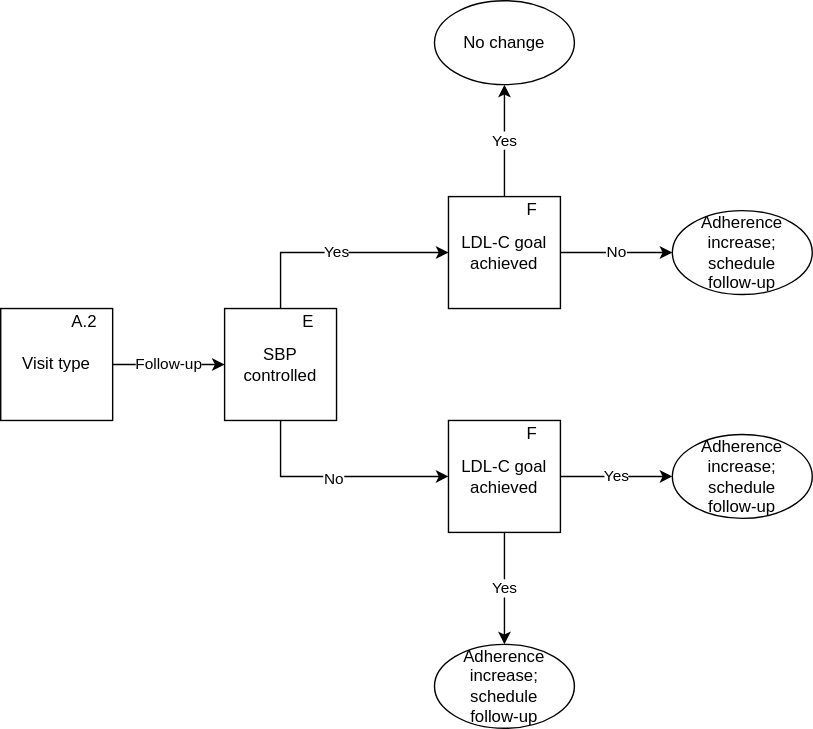
The draw.io diagram docs/source/intervention_models/crm_mgmt/decision_tree_outreach_followup.svg in ihmeuw/vivarium_research, before a commit. Source tidied: cells renumbered, new cells last; positions are measured from the earlier drawing's top-left corner, leaving out a move shared by most shapes. Source of this version:
```xml
<mxGraphModel>
  <root>
    <mxCell id="0" />
    <mxCell id="1" parent="0" />
    <mxCell id="2" value="&lt;div&gt;Follow-up&lt;br&gt;&lt;/div&gt;" style="edgeStyle=orthogonalEdgeStyle;rounded=0;jettySize=auto;html=1;exitX=1;exitY=0.5;exitDx=0;exitDy=0;" parent="1" edge="1" source="3">
      <mxGeometry relative="1" as="geometry">
        <mxPoint x="160" y="260" as="targetPoint" />
      </mxGeometry>
    </mxCell>
    <mxCell id="3" value="Visit type" style="whiteSpace=wrap;html=1;" parent="1" vertex="1">
      <mxGeometry y="220" width="80" height="80" as="geometry" />
    </mxCell>
    <mxCell id="4" value="Yes" style="edgeStyle=orthogonalEdgeStyle;rounded=0;jettySize=auto;html=1;exitX=0.5;exitY=0;exitDx=0;exitDy=0;entryX=0;entryY=0.5;entryDx=0;entryDy=0;" parent="1" edge="1" source="7" target="11">
      <mxGeometry relative="1" as="geometry" />
    </mxCell>
    <mxCell id="5" style="edgeStyle=orthogonalEdgeStyle;rounded=0;jettySize=auto;html=1;exitX=0.5;exitY=1;exitDx=0;exitDy=0;" parent="1" edge="1" source="7" target="15">
      <mxGeometry relative="1" as="geometry" />
    </mxCell>
    <mxCell id="6" value="No" style="edgeLabel;html=1;align=center;verticalAlign=middle;" parent="5" vertex="1">
      <mxGeometry x="-0.04" y="-1" relative="1" as="geometry" />
    </mxCell>
    <mxCell id="7" value="SBP controlled" style="whiteSpace=wrap;html=1;" parent="1" vertex="1">
      <mxGeometry x="160" y="220" width="80" height="80" as="geometry" />
    </mxCell>
    <mxCell id="8" value="No change" style="ellipse;whiteSpace=wrap;html=1;" parent="1" vertex="1">
      <mxGeometry x="310" width="100" height="60" as="geometry" />
    </mxCell>
    <mxCell id="9" value="Yes" style="edgeStyle=orthogonalEdgeStyle;rounded=0;jettySize=auto;html=1;exitX=0.5;exitY=0;exitDx=0;exitDy=0;" parent="1" edge="1" source="11" target="8">
      <mxGeometry relative="1" as="geometry" />
    </mxCell>
    <mxCell id="10" value="No" style="edgeStyle=orthogonalEdgeStyle;rounded=0;jettySize=auto;html=1;exitX=1;exitY=0.5;exitDx=0;exitDy=0;" parent="1" edge="1" source="11" target="12">
      <mxGeometry relative="1" as="geometry" />
    </mxCell>
    <mxCell id="11" value="LDL-C goal achieved" style="whiteSpace=wrap;html=1;" parent="1" vertex="1">
      <mxGeometry x="320" y="140" width="80" height="80" as="geometry" />
    </mxCell>
    <mxCell id="12" value="&lt;div&gt;Adherence increase; schedule&lt;/div&gt;&lt;div&gt;follow-up&lt;/div&gt;" style="ellipse;whiteSpace=wrap;html=1;" parent="1" vertex="1">
      <mxGeometry x="480" y="150" width="100" height="60" as="geometry" />
    </mxCell>
    <mxCell id="13" value="Yes" style="edgeStyle=orthogonalEdgeStyle;rounded=0;jettySize=auto;html=1;exitX=0.5;exitY=1;exitDx=0;exitDy=0;entryX=0.5;entryY=0;entryDx=0;entryDy=0;" parent="1" edge="1" source="15" target="16">
      <mxGeometry relative="1" as="geometry" />
    </mxCell>
    <mxCell id="14" value="Yes" style="edgeStyle=orthogonalEdgeStyle;rounded=0;jettySize=auto;html=1;exitX=1;exitY=0.5;exitDx=0;exitDy=0;entryX=0;entryY=0.5;entryDx=0;entryDy=0;" parent="1" edge="1" source="15" target="17">
      <mxGeometry relative="1" as="geometry" />
    </mxCell>
    <mxCell id="15" value="LDL-C goal achieved" style="whiteSpace=wrap;html=1;" parent="1" vertex="1">
      <mxGeometry x="320" y="300" width="80" height="80" as="geometry" />
    </mxCell>
    <mxCell id="16" value="&lt;div&gt;Adherence increase; schedule&lt;/div&gt;&lt;div&gt;follow-up&lt;/div&gt;" style="ellipse;whiteSpace=wrap;html=1;" parent="1" vertex="1">
      <mxGeometry x="310" y="460" width="100" height="60" as="geometry" />
    </mxCell>
    <mxCell id="17" value="&lt;div&gt;Adherence increase; schedule&lt;/div&gt;&lt;div&gt;follow-up&lt;/div&gt;" style="ellipse;whiteSpace=wrap;html=1;" parent="1" vertex="1">
      <mxGeometry x="480" y="310" width="100" height="60" as="geometry" />
    </mxCell>
    <mxCell id="18" value="A.2" style="text;html=1;strokeColor=none;fillColor=none;align=center;verticalAlign=middle;whiteSpace=wrap;rounded=0;" parent="1" vertex="1">
      <mxGeometry x="40" y="220" width="40" height="20" as="geometry" />
    </mxCell>
    <mxCell id="19" value="E" style="text;html=1;strokeColor=none;fillColor=none;align=center;verticalAlign=middle;whiteSpace=wrap;rounded=0;" parent="1" vertex="1">
      <mxGeometry x="200" y="220" width="40" height="20" as="geometry" />
    </mxCell>
    <mxCell id="20" value="F" style="text;html=1;strokeColor=none;fillColor=none;align=center;verticalAlign=middle;whiteSpace=wrap;rounded=0;" parent="1" vertex="1">
      <mxGeometry x="360" y="140" width="40" height="20" as="geometry" />
    </mxCell>
    <mxCell id="21" value="F" style="text;html=1;strokeColor=none;fillColor=none;align=center;verticalAlign=middle;whiteSpace=wrap;rounded=0;" parent="1" vertex="1">
      <mxGeometry x="360" y="300" width="40" height="20" as="geometry" />
    </mxCell>
  </root>
</mxGraphModel>
```
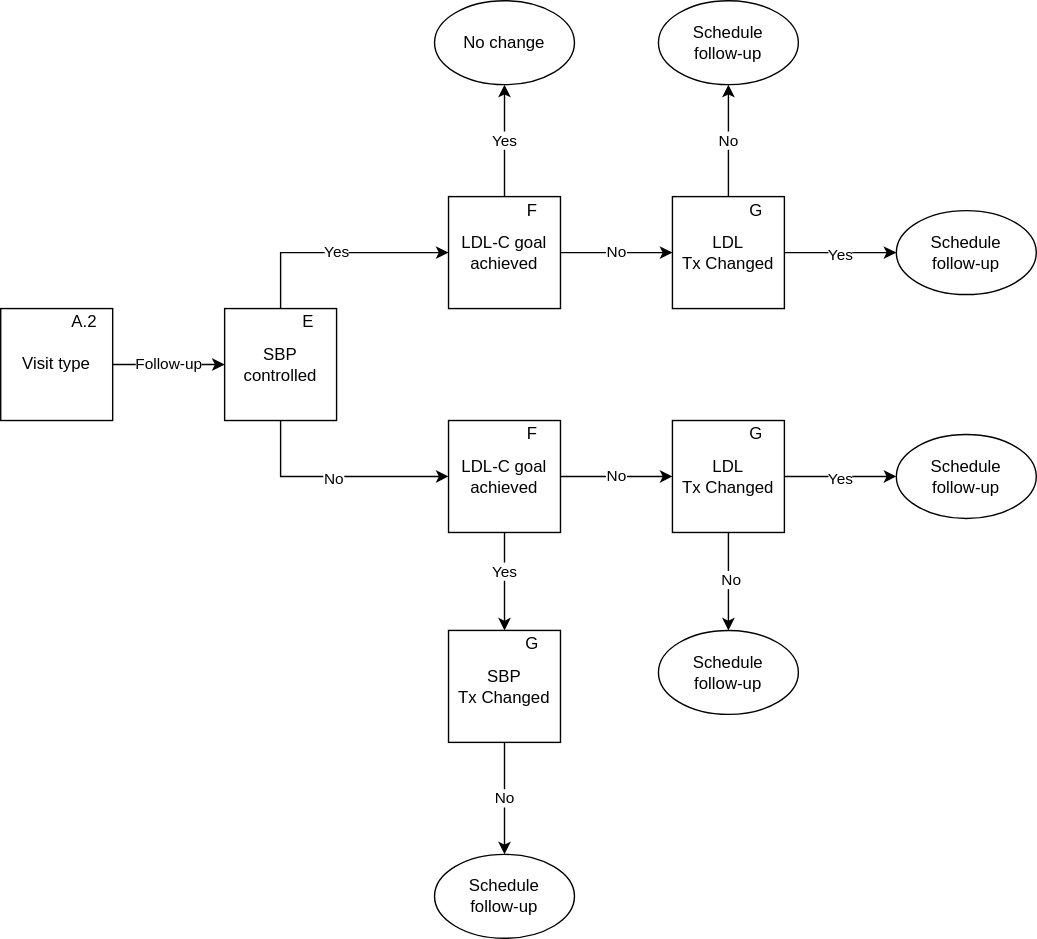
The same file after the commit.

What changed in the source:
```diff
@@ -28,30 +28,24 @@
     <mxCell id="9" value="Yes" style="edgeStyle=orthogonalEdgeStyle;rounded=0;jettySize=auto;html=1;exitX=0.5;exitY=0;exitDx=0;exitDy=0;" parent="1" edge="1" source="11" target="8">
       <mxGeometry relative="1" as="geometry" />
     </mxCell>
-    <mxCell id="10" value="No" style="edgeStyle=orthogonalEdgeStyle;rounded=0;jettySize=auto;html=1;exitX=1;exitY=0.5;exitDx=0;exitDy=0;" parent="1" edge="1" source="11" target="12">
-      <mxGeometry relative="1" as="geometry" />
-    </mxCell>
+    <mxCell id="22" value="No" style="edgeStyle=orthogonalEdgeStyle;rounded=0;jettySize=auto;html=1;exitX=1;exitY=0.5;exitDx=0;exitDy=0;" parent="1" edge="1" source="11" target="40">
+      <mxGeometry relative="1" as="geometry" />
+    </mxCell>
     <mxCell id="11" value="LDL-C goal achieved" style="whiteSpace=wrap;html=1;" parent="1" vertex="1">
       <mxGeometry x="320" y="140" width="80" height="80" as="geometry" />
     </mxCell>
-    <mxCell id="12" value="&lt;div&gt;Adherence increase; schedule&lt;/div&gt;&lt;div&gt;follow-up&lt;/div&gt;" style="ellipse;whiteSpace=wrap;html=1;" parent="1" vertex="1">
-      <mxGeometry x="480" y="150" width="100" height="60" as="geometry" />
-    </mxCell>
-    <mxCell id="13" value="Yes" style="edgeStyle=orthogonalEdgeStyle;rounded=0;jettySize=auto;html=1;exitX=0.5;exitY=1;exitDx=0;exitDy=0;entryX=0.5;entryY=0;entryDx=0;entryDy=0;" parent="1" edge="1" source="15" target="16">
-      <mxGeometry relative="1" as="geometry" />
-    </mxCell>
-    <mxCell id="14" value="Yes" style="edgeStyle=orthogonalEdgeStyle;rounded=0;jettySize=auto;html=1;exitX=1;exitY=0.5;exitDx=0;exitDy=0;entryX=0;entryY=0.5;entryDx=0;entryDy=0;" parent="1" edge="1" source="15" target="17">
-      <mxGeometry relative="1" as="geometry" />
-    </mxCell>
+    <mxCell id="23" style="edgeStyle=orthogonalEdgeStyle;rounded=0;jettySize=auto;html=1;exitX=0.5;exitY=1;exitDx=0;exitDy=0;entryX=0.5;entryY=0;entryDx=0;entryDy=0;" parent="1" edge="1" source="15" target="27">
+      <mxGeometry relative="1" as="geometry" />
+    </mxCell>
+    <mxCell id="24" value="Yes" style="edgeLabel;html=1;align=center;verticalAlign=middle;" parent="23" vertex="1">
+      <mxGeometry x="-0.23" y="-1" relative="1" as="geometry" />
+    </mxCell>
+    <mxCell id="25" value="No" style="edgeStyle=orthogonalEdgeStyle;rounded=0;jettySize=auto;html=1;exitX=1;exitY=0.5;exitDx=0;exitDy=0;" parent="1" edge="1" source="15" target="33">
+      <mxGeometry relative="1" as="geometry" />
+    </mxCell>
     <mxCell id="15" value="LDL-C goal achieved" style="whiteSpace=wrap;html=1;" parent="1" vertex="1">
       <mxGeometry x="320" y="300" width="80" height="80" as="geometry" />
     </mxCell>
-    <mxCell id="16" value="&lt;div&gt;Adherence increase; schedule&lt;/div&gt;&lt;div&gt;follow-up&lt;/div&gt;" style="ellipse;whiteSpace=wrap;html=1;" parent="1" vertex="1">
-      <mxGeometry x="310" y="460" width="100" height="60" as="geometry" />
-    </mxCell>
-    <mxCell id="17" value="&lt;div&gt;Adherence increase; schedule&lt;/div&gt;&lt;div&gt;follow-up&lt;/div&gt;" style="ellipse;whiteSpace=wrap;html=1;" parent="1" vertex="1">
-      <mxGeometry x="480" y="310" width="100" height="60" as="geometry" />
-    </mxCell>
     <mxCell id="18" value="A.2" style="text;html=1;strokeColor=none;fillColor=none;align=center;verticalAlign=middle;whiteSpace=wrap;rounded=0;" parent="1" vertex="1">
       <mxGeometry x="40" y="220" width="40" height="20" as="geometry" />
     </mxCell>
@@ -64,5 +58,72 @@
     <mxCell id="21" value="F" style="text;html=1;strokeColor=none;fillColor=none;align=center;verticalAlign=middle;whiteSpace=wrap;rounded=0;" parent="1" vertex="1">
       <mxGeometry x="360" y="300" width="40" height="20" as="geometry" />
     </mxCell>
+    <mxCell id="26" value="No" style="edgeStyle=orthogonalEdgeStyle;rounded=0;jettySize=auto;html=1;exitX=0.5;exitY=1;exitDx=0;exitDy=0;" parent="1" edge="1" source="27" target="28">
+      <mxGeometry relative="1" as="geometry" />
+    </mxCell>
+    <mxCell id="27" value="&lt;div&gt;SBP&lt;br&gt;&lt;/div&gt;&lt;div&gt;Tx Changed&lt;/div&gt;" style="whiteSpace=wrap;html=1;" parent="1" vertex="1">
+      <mxGeometry x="320" y="450" width="80" height="80" as="geometry" />
+    </mxCell>
+    <mxCell id="28" value="&lt;div&gt;Schedule&lt;/div&gt;&lt;div&gt;follow-up&lt;/div&gt;" style="ellipse;whiteSpace=wrap;html=1;" parent="1" vertex="1">
+      <mxGeometry x="310" y="610" width="100" height="60" as="geometry" />
+    </mxCell>
+    <mxCell id="29" style="edgeStyle=orthogonalEdgeStyle;rounded=0;jettySize=auto;html=1;exitX=0.5;exitY=1;exitDx=0;exitDy=0;" parent="1" edge="1" source="33" target="34">
+      <mxGeometry relative="1" as="geometry" />
+    </mxCell>
+    <mxCell id="30" value="No" style="edgeLabel;html=1;align=center;verticalAlign=middle;" parent="29" vertex="1">
+      <mxGeometry x="-0.06" y="1" relative="1" as="geometry" />
+    </mxCell>
+    <mxCell id="31" style="edgeStyle=orthogonalEdgeStyle;rounded=0;jettySize=auto;html=1;exitX=1;exitY=0.5;exitDx=0;exitDy=0;" parent="1" edge="1" source="33" target="37">
+      <mxGeometry relative="1" as="geometry">
+        <Array as="points">
+          <mxPoint x="610" y="340" />
+          <mxPoint x="610" y="340" />
+        </Array>
+      </mxGeometry>
+    </mxCell>
+    <mxCell id="32" value="Yes" style="edgeLabel;html=1;align=center;verticalAlign=middle;" parent="31" vertex="1">
+      <mxGeometry x="-0.03" y="-1" relative="1" as="geometry" />
+    </mxCell>
+    <mxCell id="33" value="&lt;div&gt;LDL&lt;br&gt;&lt;/div&gt;&lt;div&gt;Tx Changed&lt;/div&gt;" style="whiteSpace=wrap;html=1;" parent="1" vertex="1">
+      <mxGeometry x="480" y="300" width="80" height="80" as="geometry" />
+    </mxCell>
+    <mxCell id="34" value="&lt;div&gt;Schedule&lt;/div&gt;&lt;div&gt;follow-up&lt;/div&gt;" style="ellipse;whiteSpace=wrap;html=1;" parent="1" vertex="1">
+      <mxGeometry x="470" y="450" width="100" height="60" as="geometry" />
+    </mxCell>
+    <mxCell id="35" value="G" style="text;html=1;strokeColor=none;fillColor=none;align=center;verticalAlign=middle;whiteSpace=wrap;rounded=0;" parent="1" vertex="1">
+      <mxGeometry x="360" y="450" width="40" height="20" as="geometry" />
+    </mxCell>
+    <mxCell id="36" value="G" style="text;html=1;strokeColor=none;fillColor=none;align=center;verticalAlign=middle;whiteSpace=wrap;rounded=0;" parent="1" vertex="1">
+      <mxGeometry x="520" y="300" width="40" height="20" as="geometry" />
+    </mxCell>
+    <mxCell id="37" value="&lt;div&gt;Schedule&lt;/div&gt;&lt;div&gt;follow-up&lt;/div&gt;" style="ellipse;whiteSpace=wrap;html=1;" parent="1" vertex="1">
+      <mxGeometry x="640" y="310" width="100" height="60" as="geometry" />
+    </mxCell>
+    <mxCell id="38" style="edgeStyle=orthogonalEdgeStyle;rounded=0;jettySize=auto;html=1;exitX=1;exitY=0.5;exitDx=0;exitDy=0;" parent="1" edge="1" source="40" target="41">
+      <mxGeometry relative="1" as="geometry">
+        <Array as="points">
+          <mxPoint x="610" y="180" />
+          <mxPoint x="610" y="180" />
+        </Array>
+      </mxGeometry>
+    </mxCell>
+    <mxCell id="39" value="Yes" style="edgeLabel;html=1;align=center;verticalAlign=middle;" parent="38" vertex="1">
+      <mxGeometry x="-0.03" y="-1" relative="1" as="geometry" />
+    </mxCell>
+    <mxCell id="40" value="&lt;div&gt;LDL&lt;br&gt;&lt;/div&gt;&lt;div&gt;Tx Changed&lt;/div&gt;" style="whiteSpace=wrap;html=1;" parent="1" vertex="1">
+      <mxGeometry x="480" y="140" width="80" height="80" as="geometry" />
+    </mxCell>
+    <mxCell id="41" value="&lt;div&gt;Schedule&lt;/div&gt;&lt;div&gt;follow-up&lt;/div&gt;" style="ellipse;whiteSpace=wrap;html=1;" parent="1" vertex="1">
+      <mxGeometry x="640" y="150" width="100" height="60" as="geometry" />
+    </mxCell>
+    <mxCell id="42" value="No" style="edgeStyle=orthogonalEdgeStyle;rounded=0;jettySize=auto;html=1;exitX=0;exitY=0;exitDx=0;exitDy=0;entryX=0.5;entryY=1;entryDx=0;entryDy=0;" parent="1" edge="1" source="43" target="44">
+      <mxGeometry relative="1" as="geometry" />
+    </mxCell>
+    <mxCell id="43" value="G" style="text;html=1;strokeColor=none;fillColor=none;align=center;verticalAlign=middle;whiteSpace=wrap;rounded=0;" parent="1" vertex="1">
+      <mxGeometry x="520" y="140" width="40" height="20" as="geometry" />
+    </mxCell>
+    <mxCell id="44" value="&lt;div&gt;Schedule&lt;/div&gt;&lt;div&gt;follow-up&lt;/div&gt;" style="ellipse;whiteSpace=wrap;html=1;" parent="1" vertex="1">
+      <mxGeometry x="470" width="100" height="60" as="geometry" />
+    </mxCell>
   </root>
 </mxGraphModel>
```
